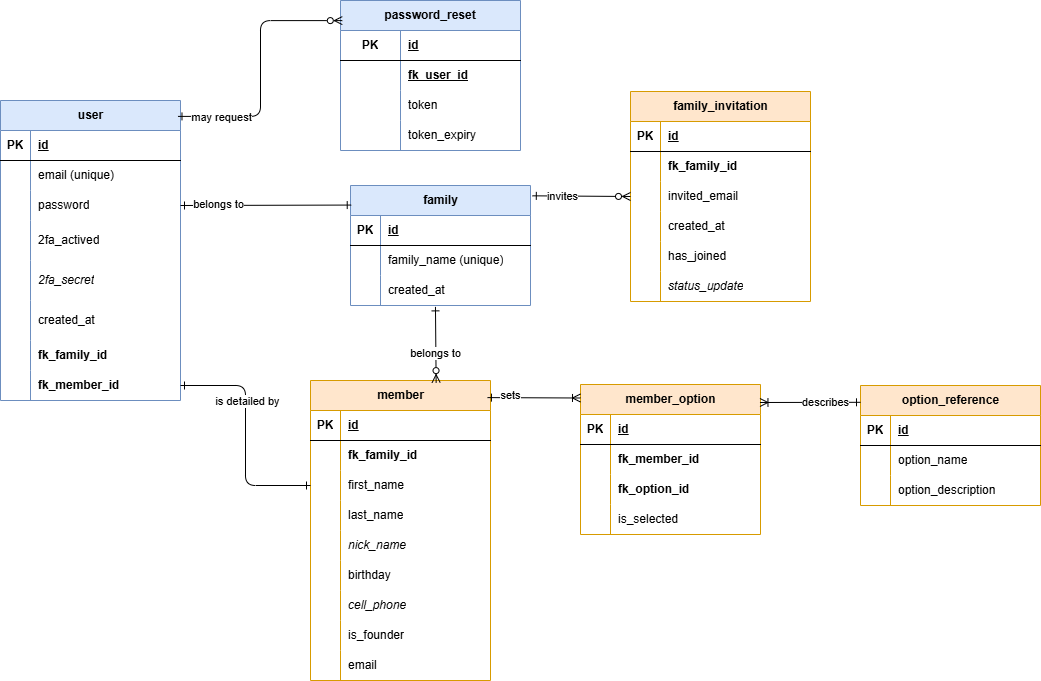
Earlier version of the draw.io export docs/new-schema.png (greg1951/family-social-scratch). Source tidied: cells renumbered, new cells last; positions are measured from the earlier drawing's top-left corner, leaving out a move shared by most shapes.
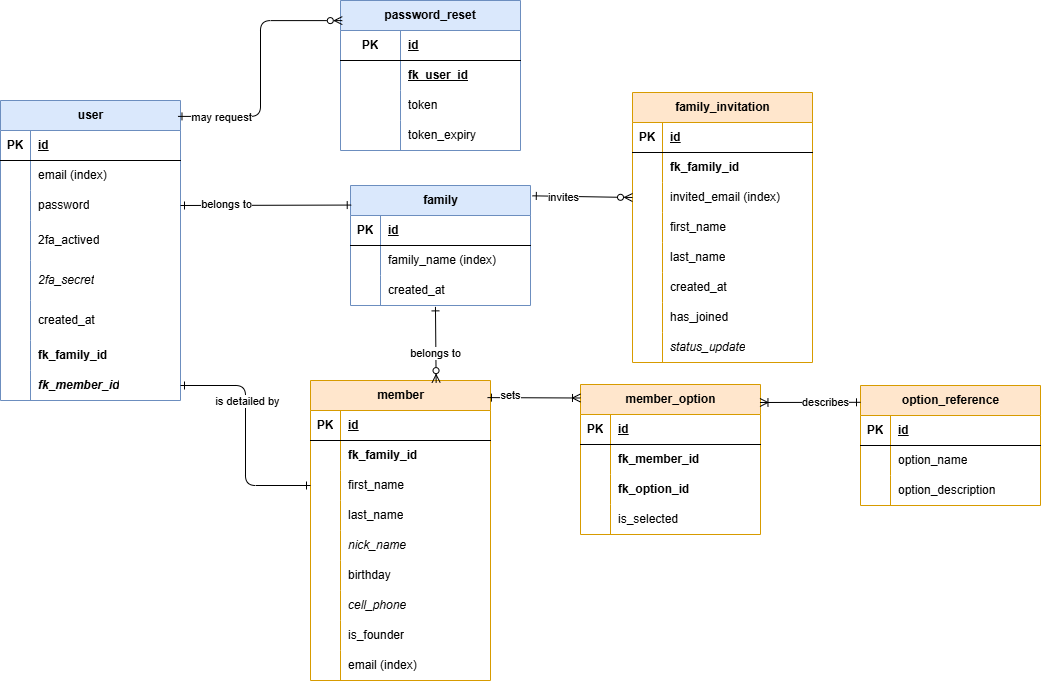
The same diagram one commit later.

What changed in the source:
```diff
@@ -20,7 +20,7 @@
     <mxCell id="7" style="shape=partialRectangle;fillColor=none;top=0;left=0;bottom=0;right=0;overflow=hidden;whiteSpace=wrap;html=1;swimlaneFillColor=#1A1A1A;" parent="6" vertex="1">
       <mxGeometry width="30" height="30" as="geometry" />
     </mxCell>
-    <mxCell id="8" value="email (unique)" style="shape=partialRectangle;fillColor=none;top=0;left=0;bottom=0;right=0;align=left;spacingLeft=6;overflow=hidden;whiteSpace=wrap;html=1;swimlaneFillColor=#1A1A1A;" parent="6" vertex="1">
+    <mxCell id="8" value="email (index)" style="shape=partialRectangle;fillColor=none;top=0;left=0;bottom=0;right=0;align=left;spacingLeft=6;overflow=hidden;whiteSpace=wrap;html=1;swimlaneFillColor=#1A1A1A;" parent="6" vertex="1">
       <mxGeometry x="30" width="150" height="30" as="geometry" />
     </mxCell>
     <mxCell id="9" style="shape=tableRow;horizontal=0;startSize=0;swimlaneHead=0;swimlaneBody=0;fillColor=none;points=[[0,0.5],[1,0.5]];portConstraint=eastwest;top=0;left=0;right=0;bottom=0;swimlaneFillColor=#1A1A1A;" parent="2" vertex="1">
@@ -74,12 +74,9 @@
     <mxCell id="25" style="shape=partialRectangle;fillColor=none;top=0;left=0;bottom=0;right=0;overflow=hidden;whiteSpace=wrap;html=1;swimlaneFillColor=#1A1A1A;" parent="24" vertex="1">
       <mxGeometry width="30" height="30" as="geometry" />
     </mxCell>
-    <mxCell id="26" value="&lt;b&gt;fk_member_id&lt;/b&gt;" style="shape=partialRectangle;fillColor=none;top=0;left=0;bottom=0;right=0;align=left;spacingLeft=6;overflow=hidden;whiteSpace=wrap;html=1;swimlaneFillColor=#1A1A1A;" parent="24" vertex="1">
+    <mxCell id="26" value="&lt;b&gt;&lt;i&gt;fk_member_id&lt;/i&gt;&lt;/b&gt;" style="shape=partialRectangle;fillColor=none;top=0;left=0;bottom=0;right=0;align=left;spacingLeft=6;overflow=hidden;whiteSpace=wrap;html=1;swimlaneFillColor=#1A1A1A;" parent="24" vertex="1">
       <mxGeometry x="30" width="150" height="30" as="geometry" />
     </mxCell>
-    <mxCell id="27" style="shape=tableRow;horizontal=0;startSize=0;swimlaneHead=0;swimlaneBody=0;fillColor=none;top=0;left=0;right=0;bottom=0;" parent="1" vertex="1">
-      <mxGeometry x="110" y="230" width="180" height="30" as="geometry" />
-    </mxCell>
     <mxCell id="28" value="password_reset" style="shape=table;startSize=30;rowLines=0;fontStyle=1;align=center;html=1;whiteSpace=wrap;fillColor=#dae8fc;strokeColor=#6c8ebf;" parent="1" vertex="1">
       <mxGeometry x="340" width="180" height="150" as="geometry" />
     </mxCell>
@@ -137,7 +134,7 @@
     <mxCell id="46" style="shape=partialRectangle;fillColor=none;top=0;left=0;bottom=0;right=0;overflow=hidden;whiteSpace=wrap;html=1;" parent="45" vertex="1">
       <mxGeometry width="30" height="30" as="geometry" />
     </mxCell>
-    <mxCell id="47" value="family_name (unique)" style="shape=partialRectangle;fillColor=none;top=0;left=0;bottom=0;right=0;align=left;spacingLeft=6;overflow=hidden;whiteSpace=wrap;html=1;" parent="45" vertex="1">
+    <mxCell id="47" value="family_name (index)" style="shape=partialRectangle;fillColor=none;top=0;left=0;bottom=0;right=0;align=left;spacingLeft=6;overflow=hidden;whiteSpace=wrap;html=1;" parent="45" vertex="1">
       <mxGeometry x="30" width="150" height="30" as="geometry" />
     </mxCell>
     <mxCell id="48" style="shape=tableRow;horizontal=0;startSize=0;swimlaneHead=0;swimlaneBody=0;fillColor=none;points=[[0,0.5],[1,0.5]];portConstraint=eastwest;top=0;left=0;right=0;bottom=0;" parent="41" vertex="1">
@@ -150,7 +147,7 @@
       <mxGeometry x="30" width="150" height="30" as="geometry" />
     </mxCell>
     <mxCell id="51" value="family_invitation" style="shape=table;startSize=30;rowLines=0;fontStyle=1;align=center;html=1;fillColor=#ffe6cc;strokeColor=#d79b00;" parent="1" vertex="1">
-      <mxGeometry x="630" y="91" width="180" height="210" as="geometry" />
+      <mxGeometry x="632" y="92" width="180" height="270" as="geometry" />
     </mxCell>
     <mxCell id="52" style="shape=tableRow;horizontal=0;startSize=0;swimlaneHead=0;swimlaneBody=0;fillColor=none;top=0;left=0;right=0;bottom=1;" parent="51" vertex="1">
       <mxGeometry y="30" width="180" height="30" as="geometry" />
@@ -176,11 +173,29 @@
     <mxCell id="59" style="shape=partialRectangle;fillColor=none;top=0;left=0;bottom=0;right=0;overflow=hidden;whiteSpace=wrap;html=1;" parent="58" vertex="1">
       <mxGeometry width="30" height="30" as="geometry" />
     </mxCell>
-    <mxCell id="60" value="invited_email" style="shape=partialRectangle;fillColor=none;top=0;left=0;bottom=0;right=0;align=left;spacingLeft=6;overflow=hidden;whiteSpace=wrap;html=1;" parent="58" vertex="1">
+    <mxCell id="60" value="invited_email (index)" style="shape=partialRectangle;fillColor=none;top=0;left=0;bottom=0;right=0;align=left;spacingLeft=6;overflow=hidden;whiteSpace=wrap;html=1;" parent="58" vertex="1">
       <mxGeometry x="30" width="150" height="30" as="geometry" />
     </mxCell>
+    <mxCell id="135" style="shape=tableRow;horizontal=0;startSize=0;swimlaneHead=0;swimlaneBody=0;fillColor=none;top=0;left=0;right=0;bottom=0;" parent="51" vertex="1">
+      <mxGeometry y="120" width="180" height="30" as="geometry" />
+    </mxCell>
+    <mxCell id="136" style="shape=partialRectangle;fillColor=none;top=0;left=0;bottom=0;right=0;overflow=hidden;whiteSpace=wrap;html=1;" parent="135" vertex="1">
+      <mxGeometry width="30" height="30" as="geometry" />
+    </mxCell>
+    <mxCell id="137" value="first_name" style="shape=partialRectangle;fillColor=none;top=0;left=0;bottom=0;right=0;align=left;spacingLeft=6;overflow=hidden;whiteSpace=wrap;html=1;" parent="135" vertex="1">
+      <mxGeometry x="30" width="150" height="30" as="geometry" />
+    </mxCell>
+    <mxCell id="138" style="shape=tableRow;horizontal=0;startSize=0;swimlaneHead=0;swimlaneBody=0;fillColor=none;top=0;left=0;right=0;bottom=0;" parent="51" vertex="1">
+      <mxGeometry y="150" width="180" height="30" as="geometry" />
+    </mxCell>
+    <mxCell id="139" style="shape=partialRectangle;fillColor=none;top=0;left=0;bottom=0;right=0;overflow=hidden;whiteSpace=wrap;html=1;" parent="138" vertex="1">
+      <mxGeometry width="30" height="30" as="geometry" />
+    </mxCell>
+    <mxCell id="140" value="last_name" style="shape=partialRectangle;fillColor=none;top=0;left=0;bottom=0;right=0;align=left;spacingLeft=6;overflow=hidden;whiteSpace=wrap;html=1;" parent="138" vertex="1">
+      <mxGeometry x="30" width="150" height="30" as="geometry" />
+    </mxCell>
     <mxCell id="61" style="shape=tableRow;horizontal=0;startSize=0;swimlaneHead=0;swimlaneBody=0;fillColor=none;top=0;left=0;right=0;bottom=0;" parent="51" vertex="1">
-      <mxGeometry y="120" width="180" height="30" as="geometry" />
+      <mxGeometry y="180" width="180" height="30" as="geometry" />
     </mxCell>
     <mxCell id="62" style="shape=partialRectangle;fillColor=none;top=0;left=0;bottom=0;right=0;overflow=hidden;whiteSpace=wrap;html=1;" parent="61" vertex="1">
       <mxGeometry width="30" height="30" as="geometry" />
@@ -189,7 +204,7 @@
       <mxGeometry x="30" width="150" height="30" as="geometry" />
     </mxCell>
     <mxCell id="64" style="shape=tableRow;horizontal=0;startSize=0;swimlaneHead=0;swimlaneBody=0;fillColor=none;top=0;left=0;right=0;bottom=0;" parent="51" vertex="1">
-      <mxGeometry y="150" width="180" height="30" as="geometry" />
+      <mxGeometry y="210" width="180" height="30" as="geometry" />
     </mxCell>
     <mxCell id="65" style="shape=partialRectangle;fillColor=none;top=0;left=0;bottom=0;right=0;overflow=hidden;whiteSpace=wrap;html=1;" parent="64" vertex="1">
       <mxGeometry width="30" height="30" as="geometry" />
@@ -198,7 +213,7 @@
       <mxGeometry x="30" width="150" height="30" as="geometry" />
     </mxCell>
     <mxCell id="67" style="shape=tableRow;horizontal=0;startSize=0;swimlaneHead=0;swimlaneBody=0;fillColor=none;top=0;left=0;right=0;bottom=0;" parent="51" vertex="1">
-      <mxGeometry y="180" width="180" height="30" as="geometry" />
+      <mxGeometry y="240" width="180" height="30" as="geometry" />
     </mxCell>
     <mxCell id="68" style="shape=partialRectangle;fillColor=none;top=0;left=0;bottom=0;right=0;overflow=hidden;whiteSpace=wrap;html=1;" parent="67" vertex="1">
       <mxGeometry width="30" height="30" as="geometry" />
@@ -287,7 +302,7 @@
     <mxCell id="96" style="shape=partialRectangle;fillColor=none;top=0;left=0;bottom=0;right=0;overflow=hidden;whiteSpace=wrap;html=1;" parent="95" vertex="1">
       <mxGeometry width="30" height="30" as="geometry" />
     </mxCell>
-    <mxCell id="97" value="email" style="shape=partialRectangle;fillColor=none;top=0;left=0;bottom=0;right=0;align=left;spacingLeft=6;overflow=hidden;whiteSpace=wrap;html=1;" parent="95" vertex="1">
+    <mxCell id="97" value="email (index)" style="shape=partialRectangle;fillColor=none;top=0;left=0;bottom=0;right=0;align=left;spacingLeft=6;overflow=hidden;whiteSpace=wrap;html=1;" parent="95" vertex="1">
       <mxGeometry x="30" width="150" height="30" as="geometry" />
     </mxCell>
     <mxCell id="98" value="option_reference" style="shape=table;startSize=30;rowLines=0;fontStyle=1;align=center;html=1;fillColor=#ffe6cc;strokeColor=#d79b00;" parent="1" vertex="1">
@@ -372,7 +387,7 @@
     </mxCell>
     <mxCell id="124" value="belongs to" style="edgeLabel;html=1;align=center;verticalAlign=middle;" parent="123" vertex="1">
       <mxGeometry x="-0.28" y="1" relative="1" as="geometry">
-        <mxPoint x="-24" as="offset" />
+        <mxPoint x="-16" as="offset" />
       </mxGeometry>
     </mxCell>
     <mxCell id="125" style="edgeStyle=elbowEdgeStyle;html=1;endArrow=ERzeroToMany;endFill=0;startArrow=ERone;startFill=0;exitX=0.986;exitY=0.053;exitDx=0;exitDy=0;exitPerimeter=0;entryX=0.01;entryY=0.134;entryDx=0;entryDy=0;entryPerimeter=0;rounded=1;curved=0;" parent="1" edge="1" source="2" target="28">
```
